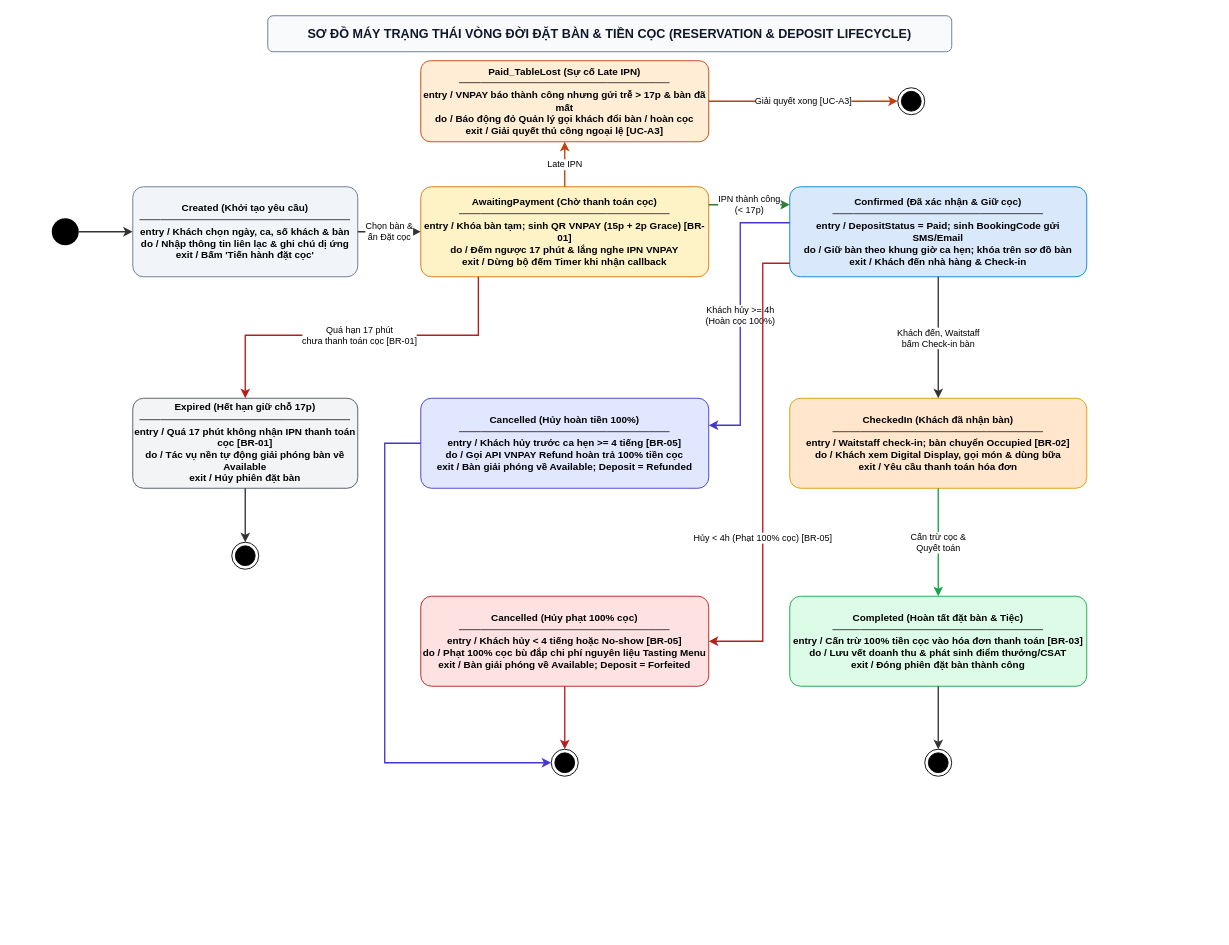
AndrewQng/VinDining keeps this draw.io diagram as docs/phase1/drawio/state_reservation_lifecycle.drawio. Above is the earlier version. Source tidied: cells renumbered, new cells numbered last; positions are measured from the earlier drawing's top-left corner, leaving out a move shared by most shapes. Both pictures are drawn from the tidied source at 90%, with x=0, y=0 at pixel (51, 15).
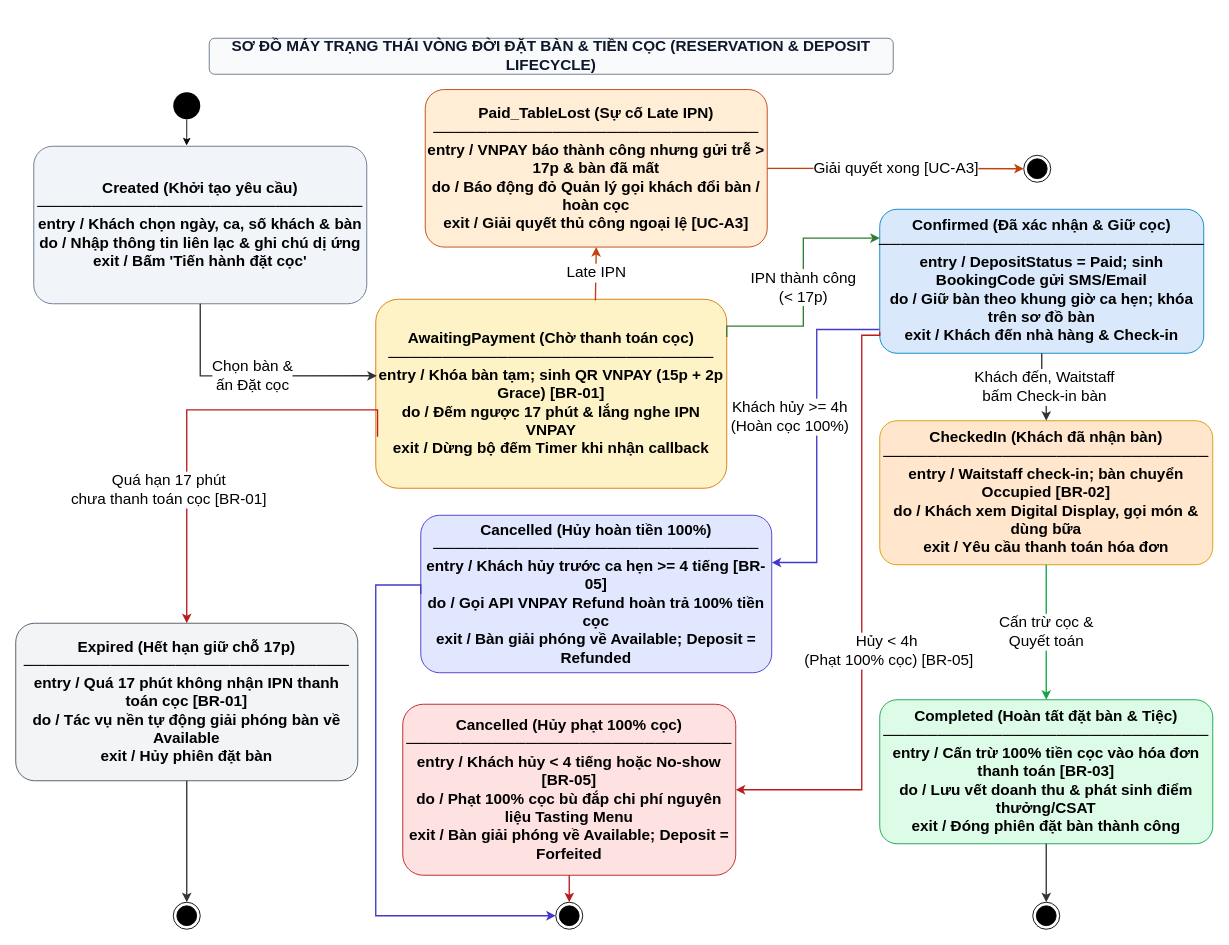
After the change.

What changed in the source:
```diff
@@
-    <mxCell id="2" value="SƠ ĐỒ MÁY TRẠNG THÁI VÒNG ĐỜI ĐẶT BÀN &amp; TIỀN CỌC (RESERVATION &amp; DEPOSIT LIFECYCLE)" style="rounded=1;whiteSpace=wrap;html=1;fillColor=#f8fafc;strokeColor=#64748b;fontStyle=1;fontSize=14;fontColor=#0f172a;" parent="1" vertex="1">
-      <mxGeometry x="240" width="760" height="40" as="geometry" />
+    <mxCell id="2" value="SƠ ĐỒ MÁY TRẠNG THÁI VÒNG ĐỜI ĐẶT BÀN &amp;amp; TIỀN CỌC (RESERVATION &amp;amp; DEPOSIT LIFECYCLE)" style="rounded=1;whiteSpace=wrap;html=1;fillColor=#f8fafc;strokeColor=#64748b;fontStyle=1;fontSize=17;fontColor=#0f172a;" parent="1" vertex="1">
+      <mxGeometry x="175" y="25" width="760" height="40" as="geometry" />
     </mxCell>
-    <mxCell id="3" style="ellipse;whiteSpace=wrap;html=1;fillColor=#000000;strokeColor=none;" parent="1" vertex="1">
-      <mxGeometry y="225" width="30" height="30" as="geometry" />
+    <mxCell id="3" style="ellipse;whiteSpace=wrap;html=1;fillColor=#000000;strokeColor=none;fontSize=17;" parent="1" vertex="1">
+      <mxGeometry x="135" y="85" width="30" height="30" as="geometry" />
     </mxCell>
-    <mxCell id="4" value="Created (Khởi tạo yêu cầu)&#10;──────────────────────────────&#10;entry / Khách chọn ngày, ca, số khách &amp; bàn&#10;do / Nhập thông tin liên lạc &amp; ghi chú dị ứng&#10;exit / Bấm 'Tiến hành đặt cọc'" style="rounded=1;arcSize=12;whiteSpace=wrap;html=1;fillColor=#f1f5f9;strokeColor=#64748b;fontStyle=1;fontSize=11;align=center;verticalAlign=middle;" parent="1" vertex="1">
-      <mxGeometry x="90" y="190" width="250" height="100" as="geometry" />
+    <mxCell id="4" value="Created (Khởi tạo yêu cầu)&#10;──────────────────────────────&#10;entry / Khách chọn ngày, ca, số khách &amp;amp; bàn&#10;do / Nhập thông tin liên lạc &amp;amp; ghi chú dị ứng&#10;exit / Bấm 'Tiến hành đặt cọc'" style="rounded=1;arcSize=12;whiteSpace=wrap;html=1;fillColor=#f1f5f9;strokeColor=#64748b;fontStyle=1;fontSize=17;align=center;verticalAlign=middle;" parent="1" vertex="1">
+      <mxGeometry x="-20" y="145" width="370" height="175" as="geometry" />
     </mxCell>
-    <mxCell id="5" value="AwaitingPayment (Chờ thanh toán cọc)&#10;──────────────────────────────&#10;entry / Khóa bàn tạm; sinh QR VNPAY (15p + 2p Grace) [BR-01]&#10;do / Đếm ngược 17 phút &amp; lắng nghe IPN VNPAY&#10;exit / Dừng bộ đếm Timer khi nhận callback" style="rounded=1;arcSize=12;whiteSpace=wrap;html=1;fillColor=#fef3c7;strokeColor=#d97706;fontStyle=1;fontSize=11;align=center;verticalAlign=middle;" parent="1" vertex="1">
-      <mxGeometry x="410" y="190" width="320" height="100" as="geometry" />
+    <mxCell id="5" value="AwaitingPayment (Chờ thanh toán cọc)&#10;──────────────────────────────&#10;entry / Khóa bàn tạm; sinh QR VNPAY (15p + 2p Grace) [BR-01]&#10;do / Đếm ngược 17 phút &amp;amp; lắng nghe IPN VNPAY&#10;exit / Dừng bộ đếm Timer khi nhận callback" style="rounded=1;arcSize=12;whiteSpace=wrap;html=1;fillColor=#fef3c7;strokeColor=#d97706;fontStyle=1;fontSize=17;align=center;verticalAlign=middle;" parent="1" vertex="1">
+      <mxGeometry x="360" y="315" width="390" height="210" as="geometry" />
     </mxCell>
-    <mxCell id="6" value="Confirmed (Đã xác nhận &amp; Giữ cọc)&#10;──────────────────────────────&#10;entry / DepositStatus = Paid; sinh BookingCode gửi SMS/Email&#10;do / Giữ bàn theo khung giờ ca hẹn; khóa trên sơ đồ bàn&#10;exit / Khách đến nhà hàng &amp; Check-in" style="rounded=1;arcSize=12;whiteSpace=wrap;html=1;fillColor=#dae8fc;strokeColor=#0284c7;fontStyle=1;fontSize=11;align=center;verticalAlign=middle;" parent="1" vertex="1">
-      <mxGeometry x="820" y="190" width="330" height="100" as="geometry" />
+    <mxCell id="6" value="Confirmed (Đã xác nhận &amp;amp; Giữ cọc)&#10;──────────────────────────────&#10;entry / DepositStatus = Paid; sinh BookingCode gửi SMS/Email&#10;do / Giữ bàn theo khung giờ ca hẹn; khóa trên sơ đồ bàn&#10;exit / Khách đến nhà hàng &amp;amp; Check-in" style="rounded=1;arcSize=12;whiteSpace=wrap;html=1;fillColor=#dae8fc;strokeColor=#0284c7;fontStyle=1;fontSize=17;align=center;verticalAlign=middle;" parent="1" vertex="1">
+      <mxGeometry x="920" y="215" width="360" height="160" as="geometry" />
     </mxCell>
-    <mxCell id="7" value="CheckedIn (Khách đã nhận bàn)&#10;──────────────────────────────&#10;entry / Waitstaff check-in; bàn chuyển Occupied [BR-02]&#10;do / Khách xem Digital Display, gọi món &amp; dùng bữa&#10;exit / Yêu cầu thanh toán hóa đơn" style="rounded=1;arcSize=12;whiteSpace=wrap;html=1;fillColor=#ffe6cc;strokeColor=#d79b00;fontStyle=1;fontSize=11;align=center;verticalAlign=middle;" parent="1" vertex="1">
-      <mxGeometry x="820" y="425" width="330" height="100" as="geometry" />
+    <mxCell id="7" value="CheckedIn (Khách đã nhận bàn)&#10;──────────────────────────────&#10;entry / Waitstaff check-in; bàn chuyển Occupied [BR-02]&#10;do / Khách xem Digital Display, gọi món &amp;amp; dùng bữa&#10;exit / Yêu cầu thanh toán hóa đơn" style="rounded=1;arcSize=12;whiteSpace=wrap;html=1;fillColor=#ffe6cc;strokeColor=#d79b00;fontStyle=1;fontSize=17;align=center;verticalAlign=middle;" parent="1" vertex="1">
+      <mxGeometry x="920" y="450" width="370" height="160" as="geometry" />
     </mxCell>
-    <mxCell id="8" value="Completed (Hoàn tất đặt bàn &amp; Tiệc)&#10;──────────────────────────────&#10;entry / Cấn trừ 100% tiền cọc vào hóa đơn thanh toán [BR-03]&#10;do / Lưu vết doanh thu &amp; phát sinh điểm thưởng/CSAT&#10;exit / Đóng phiên đặt bàn thành công" style="rounded=1;arcSize=12;whiteSpace=wrap;html=1;fillColor=#dcfce7;strokeColor=#16a34a;fontStyle=1;fontSize=11;align=center;verticalAlign=middle;" parent="1" vertex="1">
-      <mxGeometry x="820" y="645" width="330" height="100" as="geometry" />
+    <mxCell id="8" value="Completed (Hoàn tất đặt bàn &amp;amp; Tiệc)&#10;──────────────────────────────&#10;entry / Cấn trừ 100% tiền cọc vào hóa đơn thanh toán [BR-03]&#10;do / Lưu vết doanh thu &amp;amp; phát sinh điểm thưởng/CSAT&#10;exit / Đóng phiên đặt bàn thành công" style="rounded=1;arcSize=12;whiteSpace=wrap;html=1;fillColor=#dcfce7;strokeColor=#16a34a;fontStyle=1;fontSize=17;align=center;verticalAlign=middle;" parent="1" vertex="1">
+      <mxGeometry x="920" y="760" width="370" height="160" as="geometry" />
     </mxCell>
-    <mxCell id="9" value="Cancelled (Hủy hoàn tiền 100%)&#10;──────────────────────────────&#10;entry / Khách hủy trước ca hẹn &gt;= 4 tiếng [BR-05]&#10;do / Gọi API VNPAY Refund hoàn trả 100% tiền cọc&#10;exit / Bàn giải phóng về Available; Deposit = Refunded" style="rounded=1;arcSize=12;whiteSpace=wrap;html=1;fillColor=#e0e7ff;strokeColor=#4338ca;fontStyle=1;fontSize=11;align=center;verticalAlign=middle;" parent="1" vertex="1">
-      <mxGeometry x="410" y="425" width="320" height="100" as="geometry" />
+    <mxCell id="9" value="Cancelled (Hủy hoàn tiền 100%)&#10;──────────────────────────────&#10;entry / Khách hủy trước ca hẹn &amp;gt;= 4 tiếng [BR-05]&#10;do / Gọi API VNPAY Refund hoàn trả 100% tiền cọc&#10;exit / Bàn giải phóng về Available; Deposit = Refunded" style="rounded=1;arcSize=12;whiteSpace=wrap;html=1;fillColor=#e0e7ff;strokeColor=#4338ca;fontStyle=1;fontSize=17;align=center;verticalAlign=middle;" parent="1" vertex="1">
+      <mxGeometry x="410" y="555" width="390" height="175" as="geometry" />
     </mxCell>
-    <mxCell id="10" value="Cancelled (Hủy phạt 100% cọc)&#10;──────────────────────────────&#10;entry / Khách hủy &lt; 4 tiếng hoặc No-show [BR-05]&#10;do / Phạt 100% cọc bù đắp chi phí nguyên liệu Tasting Menu&#10;exit / Bàn giải phóng về Available; Deposit = Forfeited" style="rounded=1;arcSize=12;whiteSpace=wrap;html=1;fillColor=#fee2e2;strokeColor=#b91c1c;fontStyle=1;fontSize=11;align=center;verticalAlign=middle;" parent="1" vertex="1">
-      <mxGeometry x="410" y="645" width="320" height="100" as="geometry" />
+    <mxCell id="10" value="Cancelled (Hủy phạt 100% cọc)&#10;──────────────────────────────&#10;entry / Khách hủy &amp;lt; 4 tiếng hoặc No-show [BR-05]&#10;do / Phạt 100% cọc bù đắp chi phí nguyên liệu Tasting Menu&#10;exit / Bàn giải phóng về Available; Deposit = Forfeited" style="rounded=1;arcSize=12;whiteSpace=wrap;html=1;fillColor=#fee2e2;strokeColor=#b91c1c;fontStyle=1;fontSize=17;align=center;verticalAlign=middle;" parent="1" vertex="1">
+      <mxGeometry x="390" y="765" width="370" height="190" as="geometry" />
     </mxCell>
-    <mxCell id="11" value="Expired (Hết hạn giữ chỗ 17p)&#10;──────────────────────────────&#10;entry / Quá 17 phút không nhận IPN thanh toán cọc [BR-01]&#10;do / Tác vụ nền tự động giải phóng bàn về Available&#10;exit / Hủy phiên đặt bàn" style="rounded=1;arcSize=12;whiteSpace=wrap;html=1;fillColor=#f3f4f6;strokeColor=#4b5563;fontStyle=1;fontSize=11;align=center;verticalAlign=middle;" parent="1" vertex="1">
-      <mxGeometry x="90" y="425" width="250" height="100" as="geometry" />
+    <mxCell id="11" value="Expired (Hết hạn giữ chỗ 17p)&#10;──────────────────────────────&#10;entry / Quá 17 phút không nhận IPN thanh toán cọc [BR-01]&#10;do / Tác vụ nền tự động giải phóng bàn về Available&#10;exit / Hủy phiên đặt bàn" style="rounded=1;arcSize=12;whiteSpace=wrap;html=1;fillColor=#f3f4f6;strokeColor=#4b5563;fontStyle=1;fontSize=17;align=center;verticalAlign=middle;" parent="1" vertex="1">
+      <mxGeometry x="-40" y="675" width="380" height="175" as="geometry" />
     </mxCell>
-    <mxCell id="12" value="Paid_TableLost (Sự cố Late IPN)&#10;──────────────────────────────&#10;entry / VNPAY báo thành công nhưng gửi trễ &gt; 17p &amp; bàn đã mất&#10;do / Báo động đỏ Quản lý gọi khách đổi bàn / hoàn cọc&#10;exit / Giải quyết thủ công ngoại lệ [UC-A3]" style="rounded=1;arcSize=12;whiteSpace=wrap;html=1;fillColor=#ffedd5;strokeColor=#c2410c;fontStyle=1;fontSize=11;align=center;verticalAlign=middle;" parent="1" vertex="1">
-      <mxGeometry x="410" y="50" width="320" height="90" as="geometry" />
+    <mxCell id="12" value="Paid_TableLost (Sự cố Late IPN)&#10;──────────────────────────────&#10;entry / VNPAY báo thành công nhưng gửi trễ &amp;gt; 17p &amp;amp; bàn đã mất&#10;do / Báo động đỏ Quản lý gọi khách đổi bàn / hoàn cọc&#10;exit / Giải quyết thủ công ngoại lệ [UC-A3]" style="rounded=1;arcSize=12;whiteSpace=wrap;html=1;fillColor=#ffedd5;strokeColor=#c2410c;fontStyle=1;fontSize=17;align=center;verticalAlign=middle;" parent="1" vertex="1">
+      <mxGeometry x="415" y="82" width="380" height="175" as="geometry" />
     </mxCell>
-    <mxCell id="13" style="ellipse;html=1;shape=endState;fillColor=#000000;strokeColor=#000000;" parent="1" vertex="1">
-      <mxGeometry x="970" y="815" width="30" height="30" as="geometry" />
+    <mxCell id="13" style="ellipse;html=1;shape=endState;fillColor=#000000;strokeColor=#000000;fontSize=17;" parent="1" vertex="1">
+      <mxGeometry x="1090" y="985" width="30" height="30" as="geometry" />
     </mxCell>
-    <mxCell id="14" style="ellipse;html=1;shape=endState;fillColor=#000000;strokeColor=#000000;" parent="1" vertex="1">
-      <mxGeometry x="200" y="585" width="30" height="30" as="geometry" />
+    <mxCell id="14" style="ellipse;html=1;shape=endState;fillColor=#000000;strokeColor=#000000;fontSize=17;" parent="1" vertex="1">
+      <mxGeometry x="135" y="985" width="30" height="30" as="geometry" />
     </mxCell>
-    <mxCell id="15" style="ellipse;html=1;shape=endState;fillColor=#000000;strokeColor=#000000;" parent="1" vertex="1">
-      <mxGeometry x="555" y="815" width="30" height="30" as="geometry" />
+    <mxCell id="15" style="ellipse;html=1;shape=endState;fillColor=#000000;strokeColor=#000000;fontSize=17;" parent="1" vertex="1">
+      <mxGeometry x="560" y="985" width="30" height="30" as="geometry" />
     </mxCell>
-    <mxCell id="16" style="ellipse;html=1;shape=endState;fillColor=#000000;strokeColor=#000000;" parent="1" vertex="1">
-      <mxGeometry x="940" y="80" width="30" height="30" as="geometry" />
+    <mxCell id="16" style="ellipse;html=1;shape=endState;fillColor=#000000;strokeColor=#000000;fontSize=17;" parent="1" vertex="1">
+      <mxGeometry x="1080" y="155" width="30" height="30" as="geometry" />
     </mxCell>
-    <mxCell id="17" style="edgeStyle=orthogonalEdgeStyle;rounded=0;strokeColor=#333333;strokeWidth=1.5;html=1;exitX=1;exitY=0.5;entryX=0;entryY=0.5;" parent="1" edge="1" source="3" target="4">
-      <mxGeometry relative="1" as="geometry" />
-    </mxCell>
-    <mxCell id="18" value="Chọn bàn &amp;&#10;ấn Đặt cọc" style="edgeStyle=orthogonalEdgeStyle;rounded=0;strokeColor=#333333;strokeWidth=1.5;html=1;fontSize=10;labelBackgroundColor=#ffffff;exitX=1;exitY=0.5;entryX=0;entryY=0.5;" parent="1" edge="1" source="4" target="5">
-      <mxGeometry relative="1" as="geometry" />
+    <mxCell id="18" value="Chọn bàn &amp;amp;&#10;ấn Đặt cọc" style="edgeStyle=orthogonalEdgeStyle;rounded=0;strokeColor=#333333;strokeWidth=1.5;html=1;fontSize=17;labelBackgroundColor=#ffffff;exitX=0.5;exitY=1;entryX=0.003;entryY=0.405;exitDx=0;exitDy=0;entryDx=0;entryDy=0;entryPerimeter=0;" parent="1" edge="1" source="4" target="5">
+      <mxGeometry relative="1" as="geometry">
+        <Array as="points">
+          <mxPoint x="165" y="400.1" />
+        </Array>
+      </mxGeometry>
     </mxCell>
-    <mxCell id="19" value="IPN thành công&#10;(&lt; 17p)" style="edgeStyle=orthogonalEdgeStyle;rounded=0;strokeColor=#2e7d32;strokeWidth=1.5;html=1;fontSize=10;labelBackgroundColor=#ffffff;exitX=1;exitY=0.2;entryX=0;entryY=0.2;" parent="1" edge="1" source="5" target="6">
-      <mxGeometry relative="1" as="geometry" />
+    <mxCell id="19" value="IPN thành công&#10;(&amp;lt; 17p)" style="edgeStyle=orthogonalEdgeStyle;rounded=0;strokeColor=#2e7d32;strokeWidth=1.5;html=1;fontSize=17;labelBackgroundColor=#ffffff;exitX=1;exitY=0.2;entryX=0;entryY=0.2;" parent="1" edge="1" source="5" target="6">
+      <mxGeometry relative="1" as="geometry">
+        <Array as="points">
+          <mxPoint x="750" y="344.9" />
+          <mxPoint x="835.1" y="344.9" />
+          <mxPoint x="835.1" y="247.1" />
+        </Array>
+      </mxGeometry>
     </mxCell>
-    <mxCell id="20" value="Khách đến, Waitstaff&#10;bấm Check-in bàn" style="edgeStyle=orthogonalEdgeStyle;rounded=0;strokeColor=#333333;strokeWidth=1.5;html=1;fontSize=10;labelBackgroundColor=#ffffff;exitX=0.5;exitY=1;entryX=0.5;entryY=0;" parent="1" edge="1" source="6" target="7">
+    <mxCell id="20" value="Khách đến, Waitstaff&#10;bấm Check-in bàn" style="edgeStyle=orthogonalEdgeStyle;rounded=0;strokeColor=#333333;strokeWidth=1.5;html=1;fontSize=17;labelBackgroundColor=#ffffff;exitX=0.5;exitY=1;entryX=0.5;entryY=0;" parent="1" edge="1" source="6" target="7">
       <mxGeometry relative="1" as="geometry" />
     </mxCell>
-    <mxCell id="21" value="Cấn trừ cọc &amp;&#10;Quyết toán" style="edgeStyle=orthogonalEdgeStyle;rounded=0;strokeColor=#16a34a;strokeWidth=1.5;html=1;fontSize=10;labelBackgroundColor=#ffffff;exitX=0.5;exitY=1;entryX=0.5;entryY=0;" parent="1" edge="1" source="7" target="8">
+    <mxCell id="21" value="Cấn trừ cọc &amp;amp;&#10;Quyết toán" style="edgeStyle=orthogonalEdgeStyle;rounded=0;strokeColor=#16a34a;strokeWidth=1.5;html=1;fontSize=17;labelBackgroundColor=#ffffff;exitX=0.5;exitY=1;entryX=0.5;entryY=0;" parent="1" edge="1" source="7" target="8">
       <mxGeometry relative="1" as="geometry" />
     </mxCell>
-    <mxCell id="22" style="edgeStyle=orthogonalEdgeStyle;rounded=0;strokeColor=#333333;strokeWidth=1.5;html=1;exitX=0.5;exitY=1;entryX=0.5;entryY=0;" parent="1" edge="1" source="8" target="13">
+    <mxCell id="22" style="edgeStyle=orthogonalEdgeStyle;rounded=0;strokeColor=#333333;strokeWidth=1.5;html=1;exitX=0.5;exitY=1;entryX=0.5;entryY=0;fontSize=17;" parent="1" edge="1" source="8" target="13">
       <mxGeometry relative="1" as="geometry" />
     </mxCell>
-    <mxCell id="23" value="Quá hạn 17 phút&#10;chưa thanh toán cọc [BR-01]" style="edgeStyle=orthogonalEdgeStyle;rounded=0;strokeColor=#b91c1c;strokeWidth=1.5;html=1;fontSize=10;labelBackgroundColor=#ffffff;exitX=0.2;exitY=1;entryX=0.5;entryY=0;" parent="1" edge="1" source="5" target="11">
-      <mxGeometry relative="1" as="geometry">
+    <mxCell id="23" value="Quá hạn 17 phút&#10;chưa thanh toán cọc [BR-01]" style="edgeStyle=orthogonalEdgeStyle;rounded=0;strokeColor=#b91c1c;strokeWidth=1.5;html=1;fontSize=17;labelBackgroundColor=#ffffff;exitX=0.005;exitY=0.728;entryX=0.5;entryY=0;exitDx=0;exitDy=0;exitPerimeter=0;" parent="1" edge="1" source="5" target="11">
+      <mxGeometry x="0.38" y="-20" relative="1" as="geometry">
         <Array as="points">
-          <mxPoint x="474" y="355" />
-          <mxPoint x="215" y="355" />
+          <mxPoint x="150" y="437.9" />
         </Array>
       </mxGeometry>
     </mxCell>
-    <mxCell id="24" style="edgeStyle=orthogonalEdgeStyle;rounded=0;strokeColor=#333333;strokeWidth=1.5;html=1;exitX=0.5;exitY=1;entryX=0.5;entryY=0;" parent="1" edge="1" source="11" target="14">
+    <mxCell id="24" style="edgeStyle=orthogonalEdgeStyle;rounded=0;strokeColor=#333333;strokeWidth=1.5;html=1;exitX=0.5;exitY=1;entryX=0.5;entryY=0;fontSize=17;" parent="1" edge="1" source="11" target="14">
       <mxGeometry relative="1" as="geometry" />
     </mxCell>
-    <mxCell id="25" value="Late IPN" style="edgeStyle=orthogonalEdgeStyle;rounded=0;strokeColor=#c2410c;strokeWidth=1.5;html=1;fontSize=10;labelBackgroundColor=#ffffff;exitX=0.5;exitY=0;entryX=0.5;entryY=1;" parent="1" edge="1" source="5" target="12">
-      <mxGeometry relative="1" as="geometry" />
+    <mxCell id="25" value="Late IPN" style="edgeStyle=orthogonalEdgeStyle;rounded=0;strokeColor=#c2410c;strokeWidth=1.5;html=1;fontSize=17;labelBackgroundColor=#ffffff;exitX=0.626;exitY=0.006;entryX=0.5;entryY=1;exitDx=0;exitDy=0;exitPerimeter=0;" parent="1" edge="1" source="5" target="12">
+      <mxGeometry relative="1" as="geometry">
+        <Array as="points">
+          <mxPoint x="604.1" y="315" />
+          <mxPoint x="605" y="315" />
+        </Array>
+      </mxGeometry>
     </mxCell>
-    <mxCell id="26" value="Giải quyết xong [UC-A3]" style="edgeStyle=orthogonalEdgeStyle;rounded=0;strokeColor=#c2410c;strokeWidth=1.5;html=1;fontSize=10;labelBackgroundColor=#ffffff;exitX=1;exitY=0.5;entryX=0;entryY=0.5;" parent="1" edge="1" source="12" target="16">
+    <mxCell id="26" value="Giải quyết xong [UC-A3]" style="edgeStyle=orthogonalEdgeStyle;rounded=0;strokeColor=#c2410c;strokeWidth=1.5;html=1;fontSize=17;labelBackgroundColor=#ffffff;exitX=1;exitY=0.5;entryX=0;entryY=0.5;" parent="1" edge="1" source="12" target="16">
       <mxGeometry relative="1" as="geometry" />
     </mxCell>
-    <mxCell id="27" value="Khách hủy &gt;= 4h&#10;(Hoàn cọc 100%)" style="edgeStyle=orthogonalEdgeStyle;rounded=0;strokeColor=#4338ca;strokeWidth=1.5;html=1;fontSize=10;labelBackgroundColor=#ffffff;exitX=0;exitY=0.4;entryX=1;entryY=0.3;" parent="1" edge="1" source="6" target="9">
-      <mxGeometry relative="1" as="geometry">
+    <mxCell id="27" value="Khách hủy &amp;gt;= 4h&#10;(Hoàn cọc 100%)" style="edgeStyle=orthogonalEdgeStyle;rounded=0;strokeColor=#4338ca;strokeWidth=1.5;html=1;fontSize=17;labelBackgroundColor=#ffffff;exitX=-0.001;exitY=0.835;entryX=1;entryY=0.3;exitDx=0;exitDy=0;exitPerimeter=0;" parent="1" edge="1" source="6" target="9">
+      <mxGeometry x="-0.12" y="-30" relative="1" as="geometry">
         <Array as="points">
-          <mxPoint x="765" y="230" />
-          <mxPoint x="765" y="455" />
+          <mxPoint x="850" y="348.6" />
+          <mxPoint x="850" y="607.5" />
         </Array>
       </mxGeometry>
     </mxCell>
-    <mxCell id="28" value="Hủy &lt; 4h (Phạt 100% cọc) [BR-05]" style="edgeStyle=orthogonalEdgeStyle;rounded=0;strokeColor=#b91c1c;strokeWidth=1.5;html=1;fontSize=10;labelBackgroundColor=#ffffff;exitX=0;exitY=0.85;entryX=1;entryY=0.5;" parent="1" edge="1" source="6" target="10">
-      <mxGeometry relative="1" as="geometry">
+    <mxCell id="28" value="Hủy &amp;lt; 4h&amp;nbsp;&lt;div&gt;(Phạt 100% cọc) [BR-05]&lt;/div&gt;" style="edgeStyle=orthogonalEdgeStyle;rounded=0;strokeColor=#b91c1c;strokeWidth=1.5;html=1;fontSize=17;labelBackgroundColor=#ffffff;exitX=0;exitY=0.85;entryX=1;entryY=0.5;entryDx=0;entryDy=0;" parent="1" edge="1" source="6" target="10">
+      <mxGeometry x="0.12" y="30" relative="1" as="geometry">
         <Array as="points">
-          <mxPoint x="790" y="275" />
-          <mxPoint x="790" y="695" />
+          <mxPoint x="920" y="355" />
+          <mxPoint x="900" y="355" />
+          <mxPoint x="900" y="860" />
         </Array>
-        <mxPoint y="80" as="offset" />
       </mxGeometry>
     </mxCell>
-    <mxCell id="29" style="edgeStyle=orthogonalEdgeStyle;rounded=0;strokeColor=#4338ca;strokeWidth=1.5;html=1;exitX=0;exitY=0.5;entryX=0;entryY=0.5;" parent="1" edge="1" source="9" target="15">
+    <mxCell id="29" style="edgeStyle=orthogonalEdgeStyle;rounded=0;strokeColor=#4338ca;strokeWidth=1.5;html=1;exitX=0;exitY=0.5;entryX=0;entryY=0.5;fontSize=17;" parent="1" edge="1" source="9" target="15">
       <mxGeometry relative="1" as="geometry">
         <Array as="points">
-          <mxPoint x="370" y="475" />
-          <mxPoint x="370" y="830" />
+          <mxPoint x="410" y="632.5" />
+          <mxPoint x="360" y="632.5" />
+          <mxPoint x="360" y="1000" />
         </Array>
       </mxGeometry>
     </mxCell>
-    <mxCell id="30" style="edgeStyle=orthogonalEdgeStyle;rounded=0;strokeColor=#b91c1c;strokeWidth=1.5;html=1;exitX=0.5;exitY=1;entryX=0.5;entryY=0;" parent="1" edge="1" source="10" target="15">
+    <mxCell id="30" style="edgeStyle=orthogonalEdgeStyle;rounded=0;strokeColor=#b91c1c;strokeWidth=1.5;html=1;exitX=0.5;exitY=1;entryX=0.5;entryY=0;fontSize=17;" parent="1" edge="1" source="10" target="15">
       <mxGeometry relative="1" as="geometry" />
     </mxCell>
+    <mxCell id="17" style="edgeStyle=orthogonalEdgeStyle;rounded=0;jettySize=auto;html=1;entryX=0.459;entryY=-0.004;entryDx=0;entryDy=0;entryPerimeter=0;" parent="1" edge="1" source="3" target="4">
+      <mxGeometry relative="1" as="geometry" />
+    </mxCell>
```
